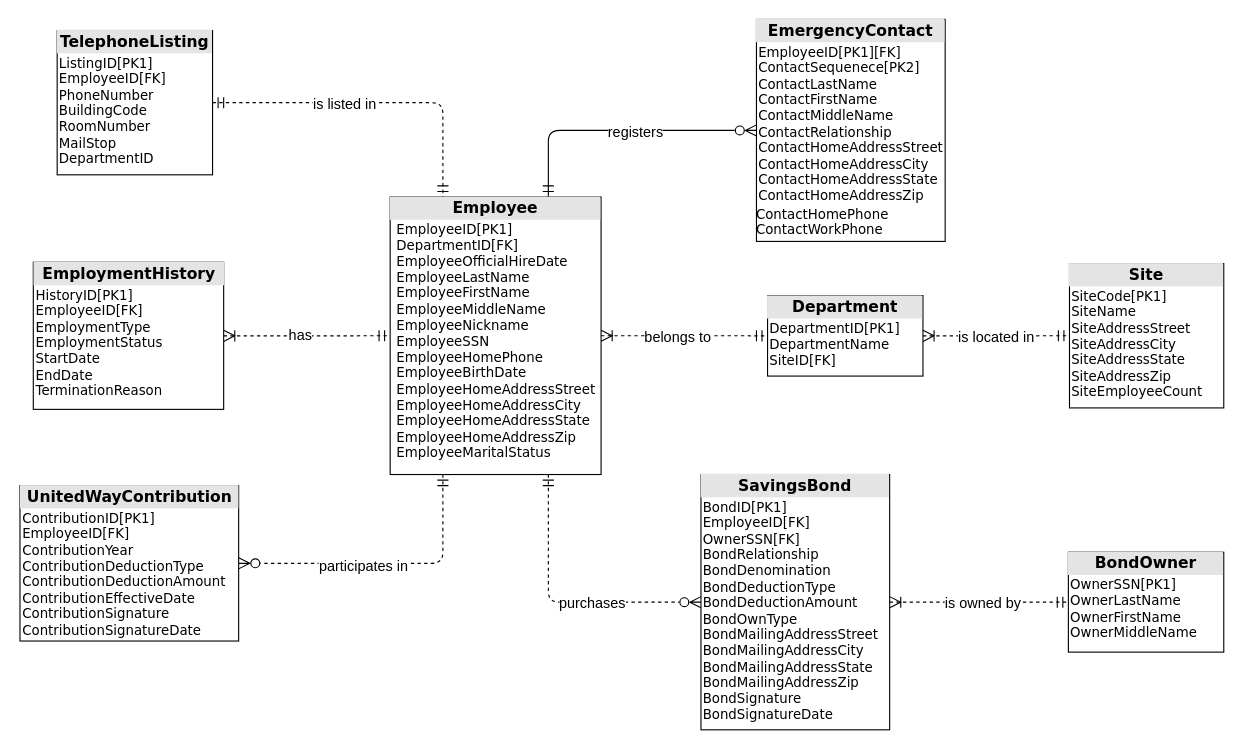
Before: drawio/Fully Attributed Data Model.drawio in siljing/SAD-Data_Modeling, a draw.io diagram. Source tidied: cells renumbered, new cells numbered last; positions are measured from the earlier drawing's top-left corner, leaving out a move shared by most shapes. Both pictures are drawn from the tidied source at 111%, with x=0, y=0 at pixel (19, 19).
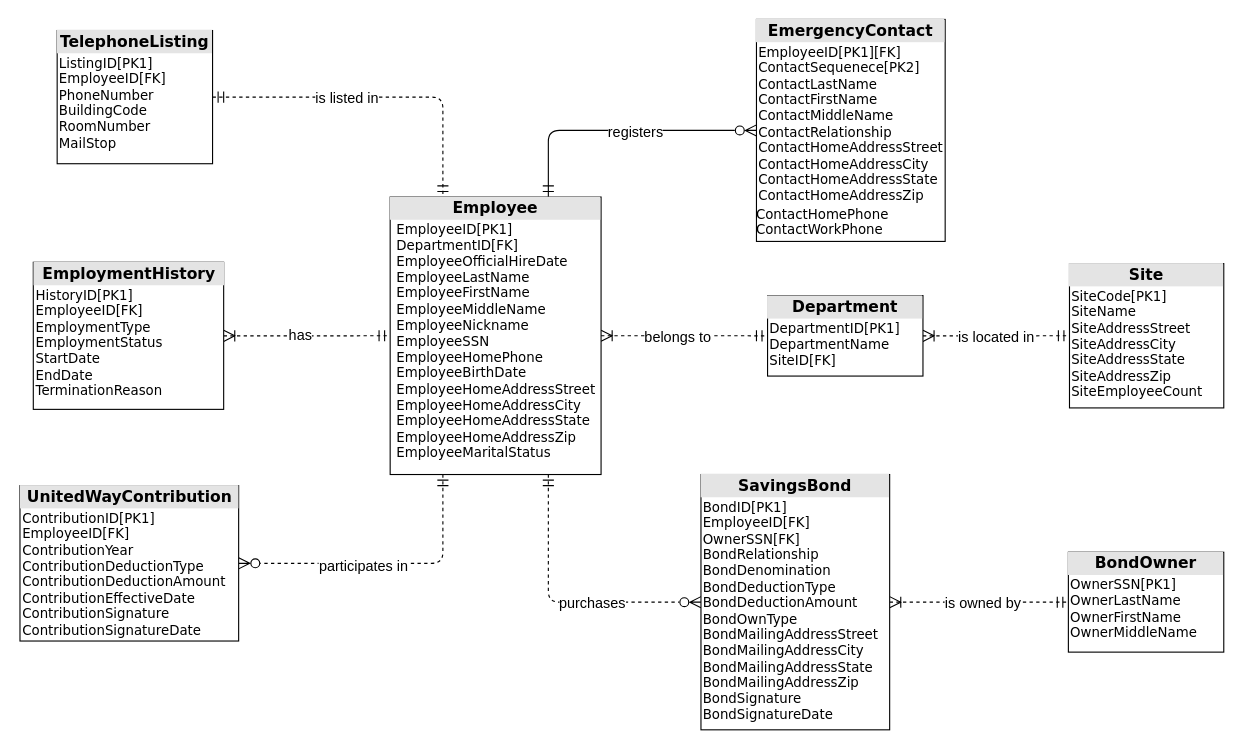
The same diagram, later.

The edit, as a diff of the source:
```diff
@@
-    <mxCell id="25" value="&lt;div style=&quot;text-align: center; box-sizing: border-box; width: 100%; background: rgb(228, 228, 228); padding: 2px;&quot;&gt;&lt;font style=&quot;font-size: 14px;&quot;&gt;&lt;b&gt;TelephoneListing&lt;/b&gt;&lt;/font&gt;&lt;/div&gt;&lt;table style=&quot;width:100%;font-size:1em;&quot; cellpadding=&quot;2&quot; cellspacing=&quot;0&quot;&gt;&lt;tbody&gt;&lt;tr&gt;&lt;td&gt;ListingID[PK1]&lt;br&gt;EmployeeID[FK]&lt;br&gt;PhoneNumber&lt;br&gt;BuildingCode&lt;br&gt;RoomNumber&lt;br&gt;MailStop&lt;br&gt;DepartmentID&lt;br&gt;&lt;/td&gt;&lt;td&gt;&lt;/td&gt;&lt;/tr&gt;&lt;/tbody&gt;&lt;/table&gt;" style="verticalAlign=top;align=left;overflow=fill;html=1;whiteSpace=wrap;rounded=0;shadow=0;comic=0;strokeColor=default;strokeWidth=1;fontFamily=Verdana;fontSize=12;fontColor=default;labelBackgroundColor=none;fillColor=default;" parent="1" vertex="1">
-      <mxGeometry x="34" y="10" width="140" height="130" as="geometry" />
+    <mxCell id="25" value="&lt;div style=&quot;text-align: center; box-sizing: border-box; width: 100%; background: rgb(228, 228, 228); padding: 2px;&quot;&gt;&lt;font style=&quot;font-size: 14px;&quot;&gt;&lt;b&gt;TelephoneListing&lt;/b&gt;&lt;/font&gt;&lt;/div&gt;&lt;table style=&quot;width:100%;font-size:1em;&quot; cellpadding=&quot;2&quot; cellspacing=&quot;0&quot;&gt;&lt;tbody&gt;&lt;tr&gt;&lt;td&gt;ListingID[PK1]&lt;br&gt;EmployeeID[FK]&lt;br&gt;PhoneNumber&lt;br&gt;BuildingCode&lt;br&gt;RoomNumber&lt;br&gt;MailStop&lt;br&gt;&lt;/td&gt;&lt;td&gt;&lt;/td&gt;&lt;/tr&gt;&lt;/tbody&gt;&lt;/table&gt;" style="verticalAlign=top;align=left;overflow=fill;html=1;whiteSpace=wrap;rounded=0;shadow=0;comic=0;strokeColor=default;strokeWidth=1;fontFamily=Verdana;fontSize=12;fontColor=default;labelBackgroundColor=none;fillColor=default;" parent="1" vertex="1">
+      <mxGeometry x="34" y="10" width="140" height="120" as="geometry" />
     </mxCell>
```
